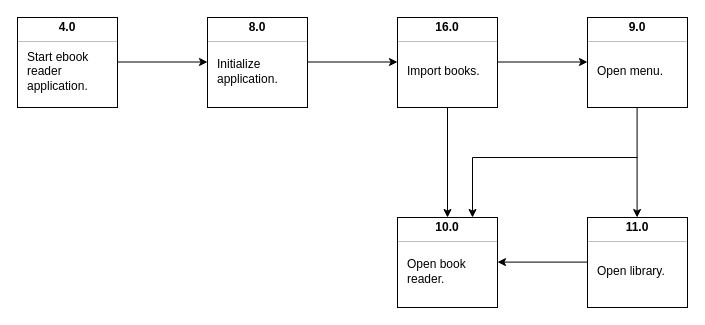
Above: page "FFBD-003" (3 of 8) of docs/design/assets/03_logical_decomposition.drawio in KubaTaba1uga/open_source_ebook_reader (draw.io), before the change. Source tidied: cells renumbered, new cells numbered last; positions are measured from the earlier drawing's top-left corner, leaving out a move shared by most shapes. Both pictures are drawn from the tidied source at 100%, with x=0, y=0 at pixel (17, 17).
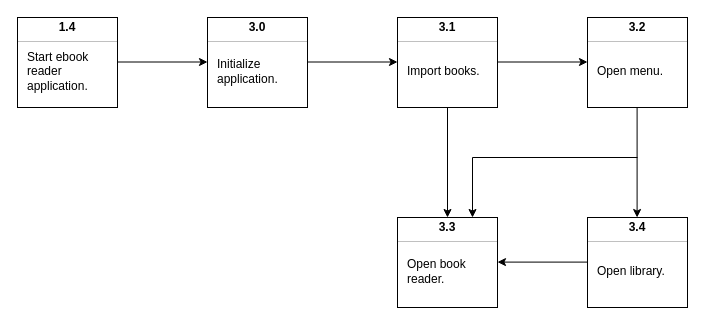
Above is the later version.

The change refers to these unchanged cells:
```xml
<mxCell id="2" style="fontStyle=1;align=center;verticalAlign=middle;horizontal=1;" parent="1" vertex="1">
  <mxGeometry x="570" width="100" height="90" as="geometry" />
</mxCell>
<mxCell id="8" style="fontStyle=1;align=center;verticalAlign=middle;horizontal=1;" parent="1" vertex="1">
  <mxGeometry x="380" y="200" width="100" height="90" as="geometry" />
</mxCell>
<mxCell id="15" style="fontStyle=1;align=center;verticalAlign=middle;horizontal=1;" parent="1" vertex="1">
  <mxGeometry x="570" y="200" width="100" height="90" as="geometry" />
</mxCell>
<mxCell id="22" style="fontStyle=1;align=center;verticalAlign=middle;horizontal=1;" parent="1" vertex="1">
  <mxGeometry width="100" height="90" as="geometry" />
</mxCell>
<mxCell id="27" style="fontStyle=1;align=center;verticalAlign=middle;horizontal=1;" parent="1" vertex="1">
  <mxGeometry x="190" width="100" height="90" as="geometry" />
</mxCell>
<mxCell id="33" style="fontStyle=1;align=center;verticalAlign=middle;horizontal=1;" parent="1" vertex="1">
  <mxGeometry x="380" width="100" height="90" as="geometry" />
</mxCell>
```

Diff of the diagram source:
```diff
@@
-    <mxCell id="3" value="9.0" style="html=1;align=center;spacing=0;verticalAlign=middle;strokeColor=none;fillColor=none;whiteSpace=wrap;fontStyle=1;" parent="2" vertex="1">
+    <mxCell id="3" value="3.2" style="html=1;align=center;spacing=0;verticalAlign=middle;strokeColor=none;fillColor=none;whiteSpace=wrap;fontStyle=1;" parent="2" vertex="1">
       <mxGeometry width="100" height="20" as="geometry" />
     </mxCell>
@@
-    <mxCell id="9" value="10.0" style="html=1;align=center;spacing=0;verticalAlign=middle;strokeColor=none;fillColor=none;whiteSpace=wrap;fontStyle=1;" parent="8" vertex="1">
+    <mxCell id="9" value="3.3" style="html=1;align=center;spacing=0;verticalAlign=middle;strokeColor=none;fillColor=none;whiteSpace=wrap;fontStyle=1;" parent="8" vertex="1">
       <mxGeometry width="100" height="20" as="geometry" />
     </mxCell>
@@
-    <mxCell id="16" value="11.0" style="html=1;align=center;spacing=0;verticalAlign=middle;strokeColor=none;fillColor=none;whiteSpace=wrap;fontStyle=1;" parent="15" vertex="1">
+    <mxCell id="16" value="3.4" style="html=1;align=center;spacing=0;verticalAlign=middle;strokeColor=none;fillColor=none;whiteSpace=wrap;fontStyle=1;" parent="15" vertex="1">
       <mxGeometry width="100" height="20" as="geometry" />
     </mxCell>
@@
-    <mxCell id="23" value="4.0" style="html=1;align=center;spacing=0;verticalAlign=middle;strokeColor=none;fillColor=none;whiteSpace=wrap;fontStyle=1;" parent="22" vertex="1">
+    <mxCell id="23" value="1.4" style="html=1;align=center;spacing=0;verticalAlign=middle;strokeColor=none;fillColor=none;whiteSpace=wrap;fontStyle=1;" parent="22" vertex="1">
       <mxGeometry width="100" height="20" as="geometry" />
     </mxCell>
@@
-    <mxCell id="28" value="8.0" style="html=1;align=center;spacing=0;verticalAlign=middle;strokeColor=none;fillColor=none;whiteSpace=wrap;fontStyle=1;" parent="27" vertex="1">
+    <mxCell id="28" value="3.0" style="html=1;align=center;spacing=0;verticalAlign=middle;strokeColor=none;fillColor=none;whiteSpace=wrap;fontStyle=1;" parent="27" vertex="1">
       <mxGeometry width="100" height="20" as="geometry" />
     </mxCell>
@@
-    <mxCell id="34" value="16.0" style="html=1;align=center;spacing=0;verticalAlign=middle;strokeColor=none;fillColor=none;whiteSpace=wrap;fontStyle=1;" parent="33" vertex="1">
+    <mxCell id="34" value="3.1" style="html=1;align=center;spacing=0;verticalAlign=middle;strokeColor=none;fillColor=none;whiteSpace=wrap;fontStyle=1;" parent="33" vertex="1">
       <mxGeometry width="100" height="20" as="geometry" />
     </mxCell>
```
